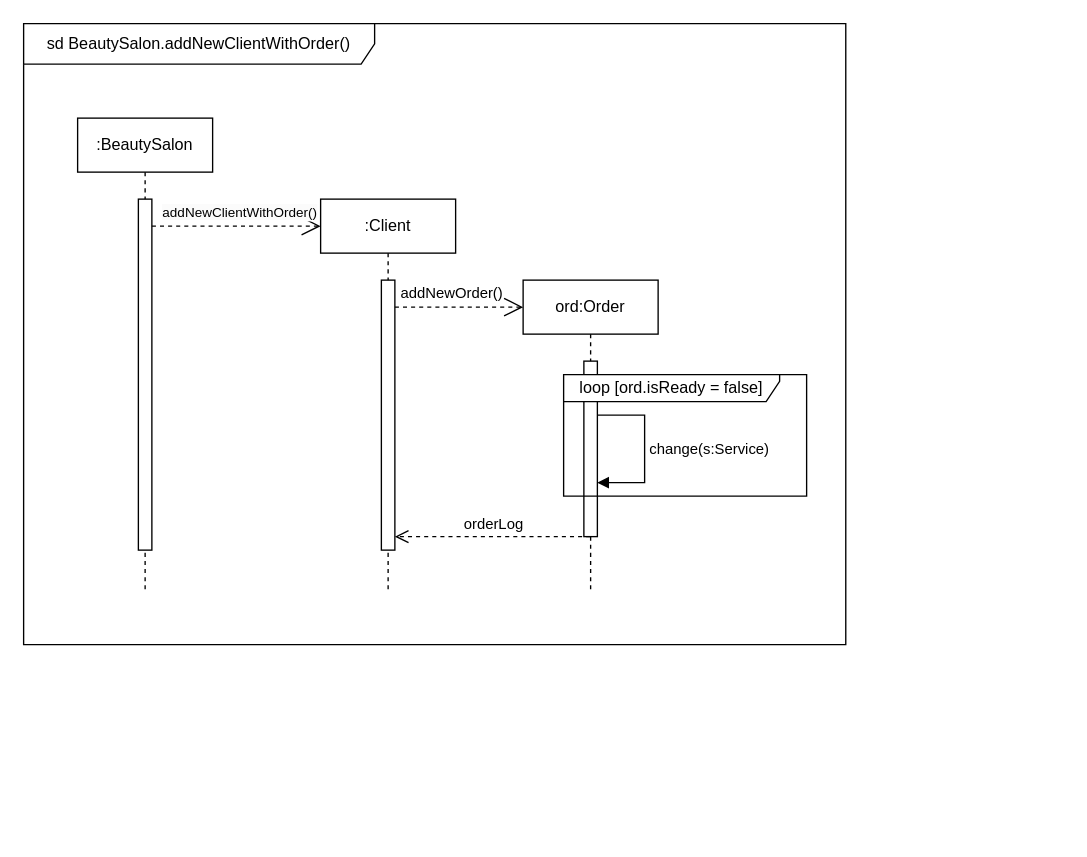
Before: ДиаграммаПоследовательностей.drawio in Artvell3000/umlLab2, a draw.io diagram. Source tidied: cells renumbered, new cells numbered last; positions are measured from the earlier drawing's top-left corner, leaving out a move shared by most shapes. Both pictures are drawn from the tidied source at 135%, with x=0, y=0 at pixel (23, 23).
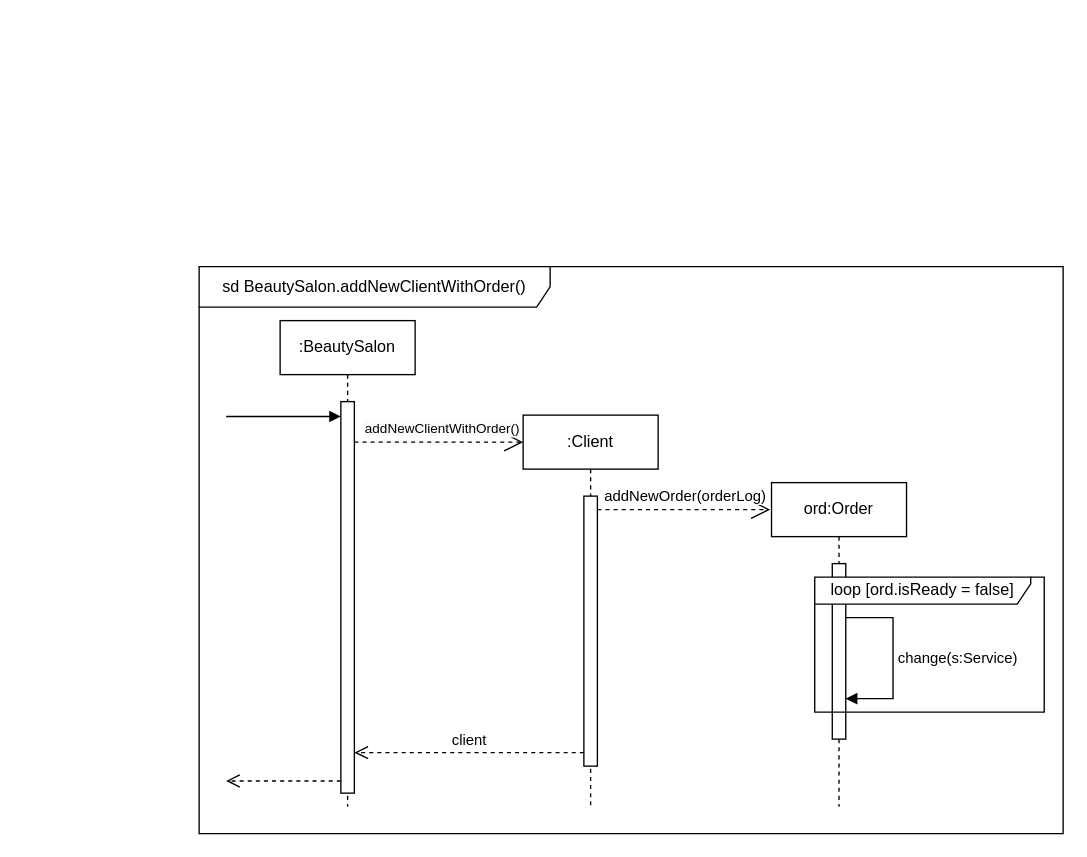
The same page after the edit.

Unchanged cells that the change refers to:
```xml
<mxCell id="6" style="html=1;points=[[0,0,0,0,5],[0,1,0,0,-5],[1,0,0,0,5],[1,1,0,0,-5]];perimeter=orthogonalPerimeter;outlineConnect=0;targetShapes=umlLifeline;portConstraint=eastwest;newEdgeStyle={&quot;curved&quot;:0,&quot;rounded&quot;:0};" parent="5" vertex="1">
  <mxGeometry x="45" y="60" width="10" height="130" as="geometry" />
</mxCell>
<mxCell id="9" style="html=1;points=[[0,0,0,0,5],[0,1,0,0,-5],[1,0,0,0,5],[1,1,0,0,-5]];perimeter=orthogonalPerimeter;outlineConnect=0;targetShapes=umlLifeline;portConstraint=eastwest;newEdgeStyle={&quot;curved&quot;:0,&quot;rounded&quot;:0};" parent="8" vertex="1">
  <mxGeometry x="45" y="60" width="10" height="200" as="geometry" />
</mxCell>
```

Diff of the diagram source:
```diff
@@
     <mxCell id="2" value="sd BeautySalon.&lt;span style=&quot;border-color: var(--border-color); text-align: left;&quot;&gt;addNewClientWithOrder&lt;/span&gt;()" style="shape=umlFrame;whiteSpace=wrap;html=1;width=260;height=30;" parent="1" vertex="1">
-      <mxGeometry width="609" height="460" as="geometry" />
+      <mxGeometry x="130" y="180" width="640" height="420" as="geometry" />
     </mxCell>
     <mxCell id="3" value=":BeautySalon" style="shape=umlLifeline;perimeter=lifelinePerimeter;whiteSpace=wrap;html=1;newEdgeStyle={&quot;curved&quot;:0,&quot;rounded&quot;:0};" parent="1" vertex="1">
-      <mxGeometry x="40" y="70" width="100" height="350" as="geometry" />
+      <mxGeometry x="190" y="220" width="100" height="360" as="geometry" />
     </mxCell>
     <mxCell id="4" style="html=1;points=[[0,0,0,0,5],[0,1,0,0,-5],[1,0,0,0,5],[1,1,0,0,-5]];perimeter=orthogonalPerimeter;outlineConnect=0;targetShapes=umlLifeline;portConstraint=eastwest;newEdgeStyle={&quot;curved&quot;:0,&quot;rounded&quot;:0};" parent="3" vertex="1">
-      <mxGeometry x="45" y="60" width="10" height="260" as="geometry" />
+      <mxGeometry x="45" y="60" width="10" height="290" as="geometry" />
     </mxCell>
     <mxCell id="5" value="ord:Order" style="shape=umlLifeline;perimeter=lifelinePerimeter;whiteSpace=wrap;html=1;newEdgeStyle={&quot;curved&quot;:0,&quot;rounded&quot;:0};" parent="1" vertex="1">
-      <mxGeometry x="370" y="190" width="100" height="230" as="geometry" />
+      <mxGeometry x="554" y="340" width="100" height="240" as="geometry" />
     </mxCell>
@@
     <mxCell id="7" value="change(s:Service)" style="html=1;align=left;spacingLeft=2;endArrow=block;rounded=0;edgeStyle=orthogonalEdgeStyle;curved=0;rounded=0;" parent="5" edge="1" source="6" target="6">
       <mxGeometry relative="1" as="geometry">
         <Array as="points">
           <mxPoint x="90" y="100" />
-          <mxPoint x="90" y="150" />
+          <mxPoint x="90" y="160" />
         </Array>
       </mxGeometry>
     </mxCell>
     <mxCell id="8" value=":Client" style="shape=umlLifeline;perimeter=lifelinePerimeter;whiteSpace=wrap;html=1;newEdgeStyle={&quot;curved&quot;:0,&quot;rounded&quot;:0};" parent="1" vertex="1">
-      <mxGeometry x="220" y="130" width="100" height="290" as="geometry" />
+      <mxGeometry x="370" y="290" width="100" height="290" as="geometry" />
     </mxCell>
@@
     <mxCell id="10" value="loop [ord.isReady = false]" style="shape=umlFrame;whiteSpace=wrap;html=1;width=160;height=20;" parent="1" vertex="1">
-      <mxGeometry x="400" y="260" width="180" height="90" as="geometry" />
+      <mxGeometry x="586" y="410" width="170" height="100" as="geometry" />
     </mxCell>
-    <mxCell id="11" value="orderLog" style="html=1;verticalAlign=bottom;endArrow=open;dashed=1;endSize=8;curved=0;rounded=0;exitX=-0.033;exitY=0.895;exitDx=0;exitDy=0;exitPerimeter=0;" parent="1" edge="1" target="9">
-      <mxGeometry relative="1" as="geometry">
-        <mxPoint x="419.7" y="380" as="sourcePoint" />
-      </mxGeometry>
-    </mxCell>
-    <mxCell id="12" value="addNewOrder()" style="endArrow=open;endSize=12;dashed=1;html=1;rounded=0;" parent="1" edge="1" source="9">
-      <mxGeometry x="-0.12" y="10" relative="1" as="geometry">
-        <mxPoint x="370" y="210" as="targetPoint" />
+    <mxCell id="12" value="addNewOrder(orderLog)" style="endArrow=open;endSize=12;dashed=1;html=1;rounded=0;" parent="1" edge="1" source="9">
+      <mxGeometry x="0.02" y="10" relative="1" as="geometry">
+        <mxPoint x="553" y="360" as="targetPoint" />
       </mxGeometry>
     </mxCell>
     <mxCell id="13" value="&lt;span style=&quot;border-color: var(--border-color); text-align: left; background-color: rgb(251, 251, 251);&quot;&gt;&lt;font style=&quot;font-size: 10px;&quot;&gt;addNewClientWithOrder()&lt;/font&gt;&lt;/span&gt;" style="endArrow=open;endSize=12;dashed=1;html=1;rounded=0;" parent="1" edge="1">
       <mxGeometry x="0.04" y="10" relative="1" as="geometry">
-        <mxPoint x="95" y="150" as="sourcePoint" />
-        <mxPoint x="220" y="150" as="targetPoint" />
+        <mxPoint x="245" y="310" as="sourcePoint" />
+        <mxPoint x="370" y="310" as="targetPoint" />
       </mxGeometry>
     </mxCell>
+    <mxCell id="14" style="endArrow=block;endFill=1;html=1;edgeStyle=orthogonalEdgeStyle;align=left;verticalAlign=top;rounded=0;" parent="1" edge="1" target="4">
+      <mxGeometry x="-1" relative="1" as="geometry">
+        <mxPoint x="150" y="291" as="sourcePoint" />
+        <Array as="points">
+          <mxPoint x="160" y="291" />
+          <mxPoint x="160" y="291" />
+        </Array>
+      </mxGeometry>
+    </mxCell>
+    <mxCell id="15" style="html=1;verticalAlign=bottom;endArrow=open;dashed=1;endSize=8;curved=0;rounded=0;" parent="1" edge="1">
+      <mxGeometry relative="1" as="geometry">
+        <mxPoint x="235" y="561" as="sourcePoint" />
+        <mxPoint x="150" y="561" as="targetPoint" />
+        <Array as="points">
+          <mxPoint x="190" y="561" />
+        </Array>
+      </mxGeometry>
+    </mxCell>
+    <mxCell id="16" value="client" style="html=1;verticalAlign=bottom;endArrow=open;dashed=1;endSize=8;curved=0;rounded=0;" parent="1" edge="1" target="4">
+      <mxGeometry relative="1" as="geometry">
+        <mxPoint x="415" y="540" as="sourcePoint" />
+        <Array as="points">
+          <mxPoint x="370" y="540" />
+        </Array>
+      </mxGeometry>
+    </mxCell>
```
